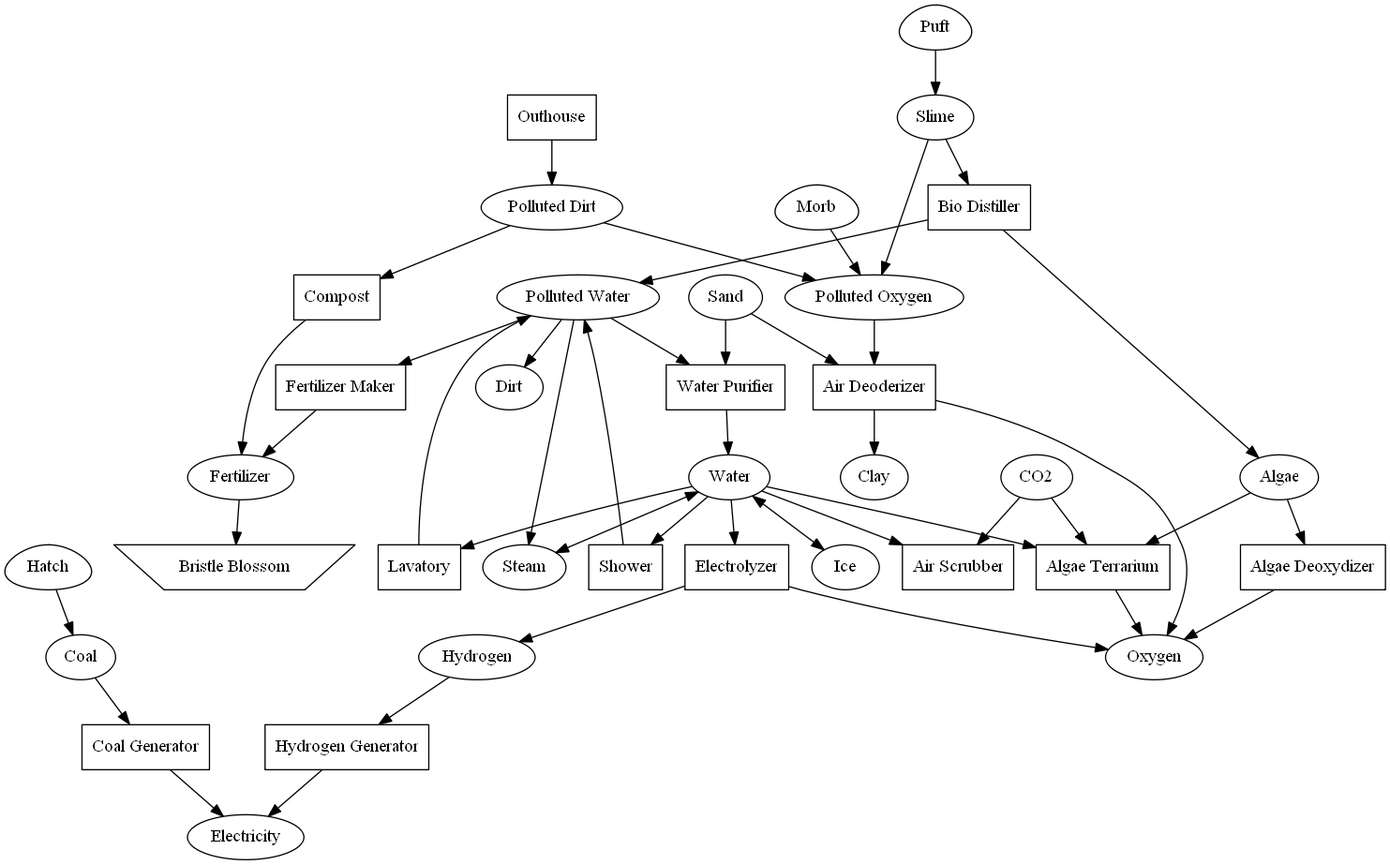
The Graphviz diagram oni.png in dtandersen/oxygen-not-included-graphviz, before a commit. Its source is kept beside it as oni.gv. Source of this version:
```dot
strict digraph G {
	graph [concentrate=true]

	"Algae Deoxydizer" [shape=box];
	"Algae" -> "Algae Deoxydizer";
	"Algae Deoxydizer" -> "Oxygen";

	"Algae Terrarium" [shape=box];
	"CO2" -> "Algae Terrarium";
	"Water" -> "Algae Terrarium";
	"Algae" -> "Algae Terrarium";
	"Algae Terrarium" -> "Oxygen";

	"Electrolyzer" [shape=box];
	"Water" -> "Electrolyzer";
	"Electrolyzer" -> "Oxygen";
	"Electrolyzer" -> "Hydrogen";

	"Air Deoderizer" [shape=box];
	"Polluted Oxygen" -> "Air Deoderizer";
	"Sand" -> "Air Deoderizer";
	"Air Deoderizer" -> "Clay";
	"Air Deoderizer" -> "Oxygen";

	"Air Scrubber" [shape=box];
	"CO2" -> "Air Scrubber";
	"Water" -> "Air Scrubber";

	"Hydrogen Generator" [shape=box];
	"Hydrogen" -> "Hydrogen Generator";
	"Hydrogen Generator" -> "Electricity";

	"Coal Generator" [shape=box];
	"Coal" -> "Coal Generator";
	"Coal Generator" -> "Electricity";

	"Outhouse" [shape=box];
	"Outhouse" -> "Polluted Dirt";

	"Lavatory" [shape=box];
	"Water" -> "Lavatory";
	"Lavatory" -> "Polluted Water";

	"Shower" [shape=box];
	"Water" -> "Shower";
	"Shower" -> "Polluted Water";

	"Bio Distiller" [shape=box];
	"Slime" -> "Bio Distiller";
	"Bio Distiller" -> "Algae";
	"Bio Distiller" -> "Polluted Water";

	"Water Purifier" [shape=box];
	"Polluted Water" -> "Water Purifier";
	"Sand" -> "Water Purifier";
	"Water Purifier" -> "Water";

	"Compost" [shape=box];
	"Polluted Dirt" -> "Compost";
	"Compost" -> "Fertilizer";

	"Fertilizer Maker" [shape=box];
	"Polluted Water" -> "Fertilizer Maker";
	"Fertilizer Maker" -> "Fertilizer";

	"Slime" -> "Polluted Oxygen";

	"Polluted Water" -> "Steam";
	"Polluted Water" -> "Dirt";
	"Water" -> "Steam";

	"Steam" -> "Water";

	"Water" -> "Ice";
	"Ice" -> "Water";

	"Polluted Dirt" -> "Polluted Oxygen";

	"Hatch" [shape=egg];
	"Hatch" -> "Coal";

	"Morb" [shape=egg];
	"Morb" -> "Polluted Oxygen";

	"Puft" [shape=egg];
	"Polluted Oxygen" -> "Puft";
	"Puft" -> "Slime";

	"Bristle Blossom" [shape=invtrapezium, label="Bristle\nBlossom", margin=0];
	"Fertilizer" -> "Bristle Blossom";
}
```
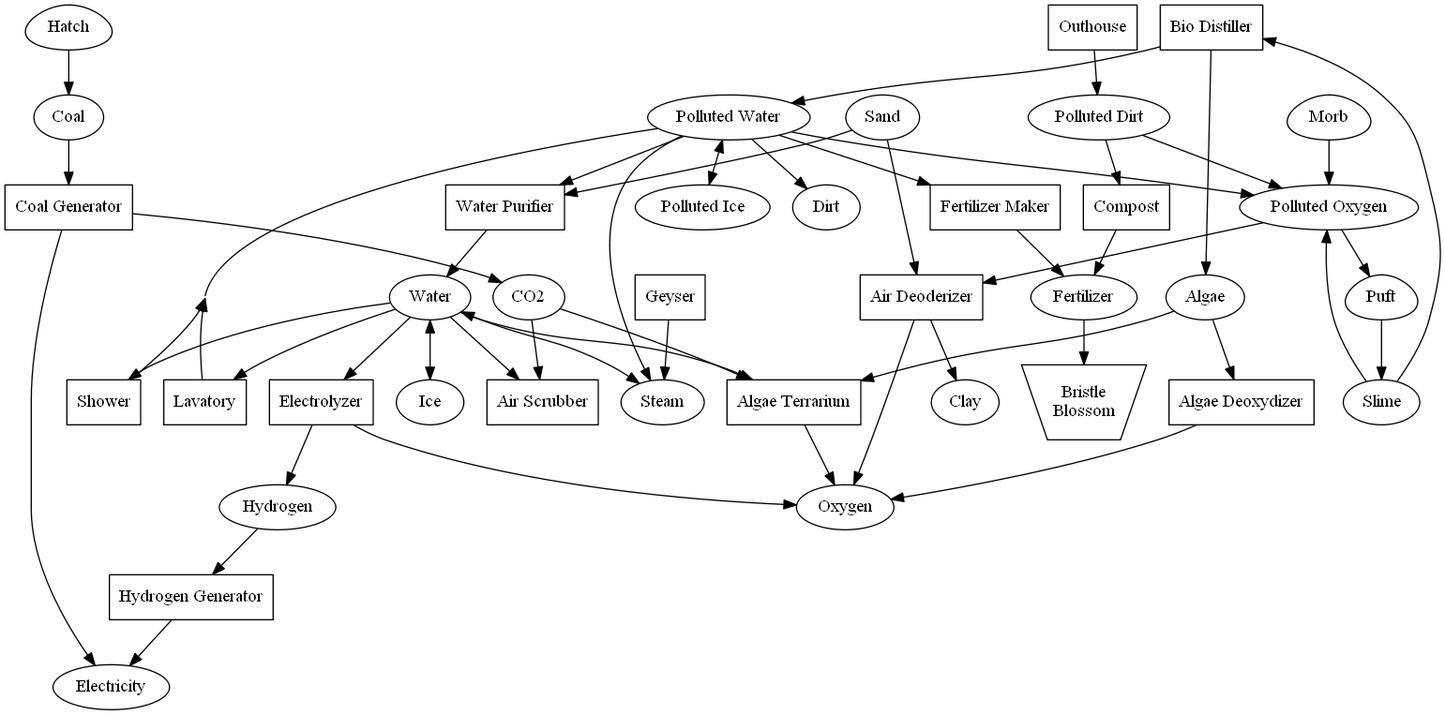
After the change.

Commit message:
suggestions from SilicalNZ:

* Coal generator produces CO2
* Geyser produces Steam
* Polluted water bubbles and produces polluted oxygen
* Polluted water can freeze into polluted ice

What changed in the source:
```diff
@@ -33,6 +33,7 @@
 	"Coal Generator" [shape=box];
 	"Coal" -> "Coal Generator";
 	"Coal Generator" -> "Electricity";
+	"Coal Generator" -> "CO2";
 
 	"Outhouse" [shape=box];
 	"Outhouse" -> "Polluted Dirt";
@@ -67,7 +68,12 @@
 
 	"Polluted Water" -> "Steam";
 	"Polluted Water" -> "Dirt";
+	"Polluted Water" -> "Polluted Oxygen";
+	"Polluted Water" -> "Polluted Ice";
+	"Polluted Ice" -> "Polluted Water";
 	"Water" -> "Steam";
+	"Geyser" [shape=box];
+	"Geyser" -> "Steam";
 
 	"Steam" -> "Water";
 
```
